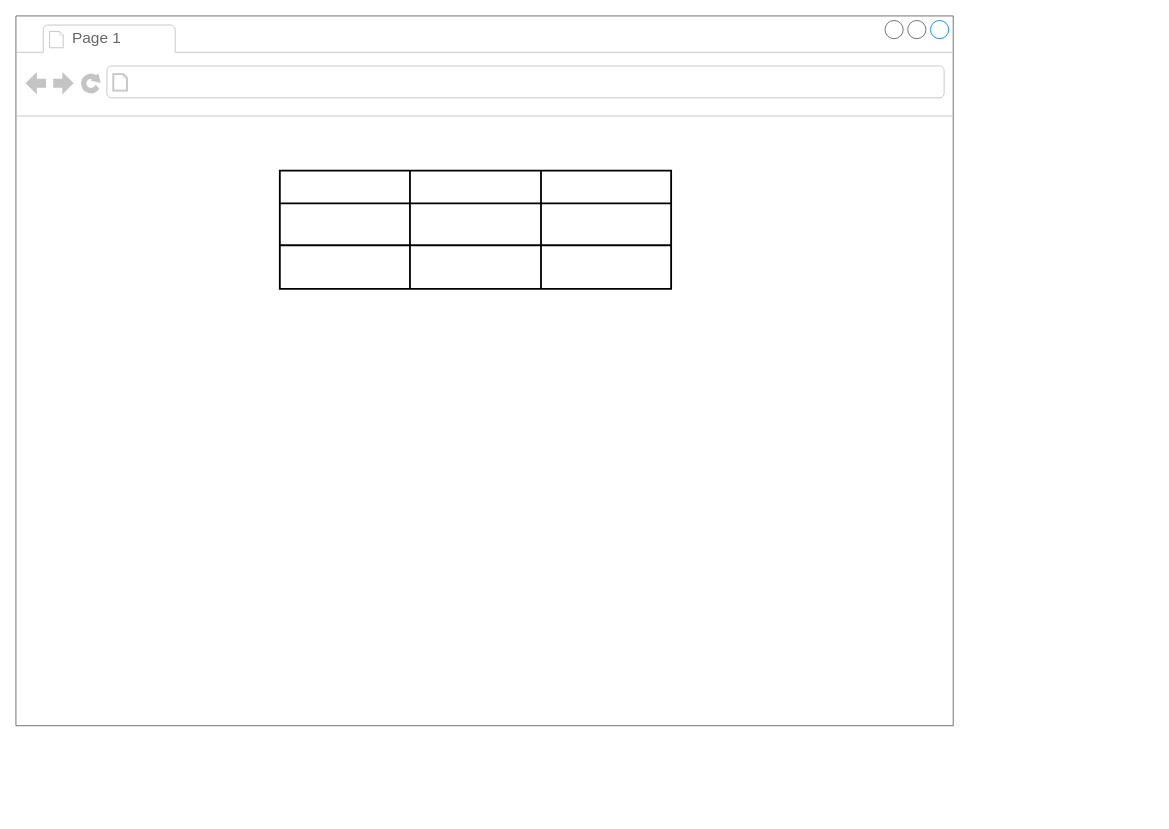
This is Диаграмма без названия.drawio from AntonKoltsov85/AntonKoltsov85, a draw.io file, before an edit. Source tidied: cells renumbered, new cells numbered last; positions are measured from the earlier drawing's top-left corner, leaving out a move shared by most shapes. Both pictures are drawn from the tidied source at 91%, with x=0, y=0 at pixel (15, 15).
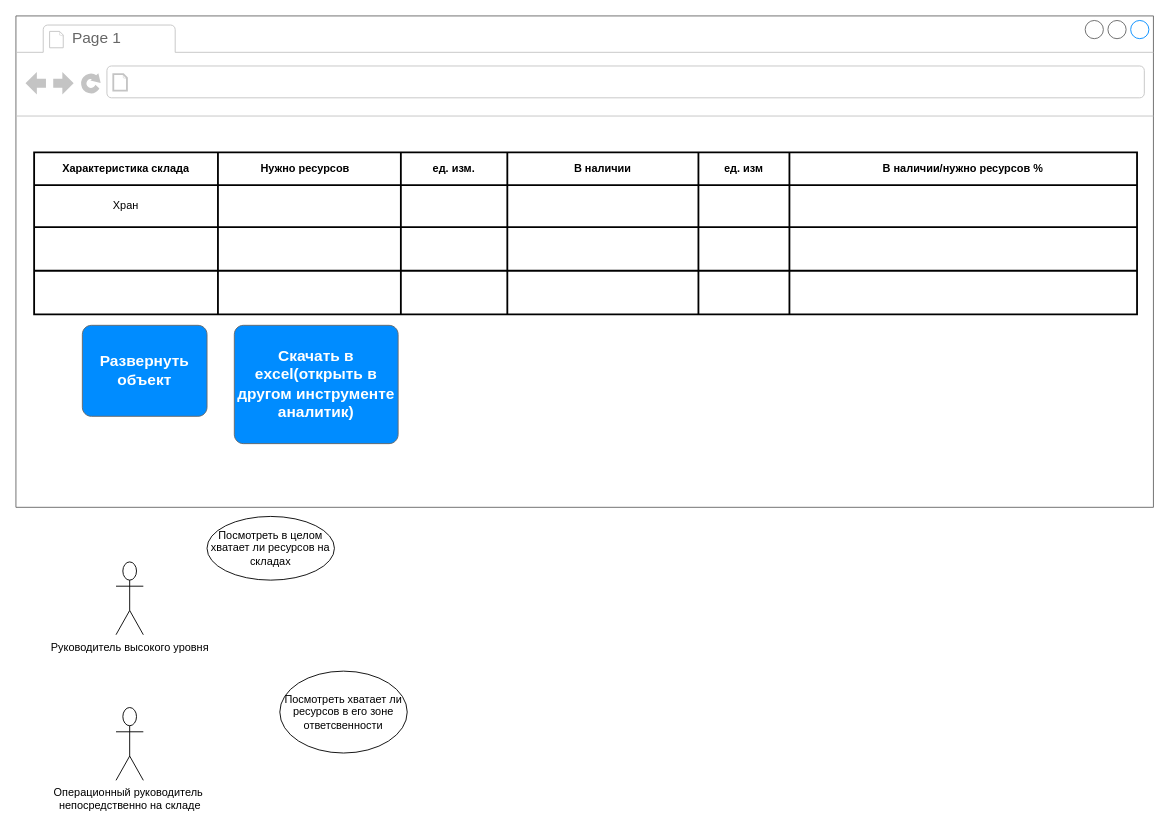
The same diagram, later.

What changed in the source:
```diff
@@
     <mxCell id="2" style="strokeWidth=1;shadow=0;dashed=0;align=center;html=1;shape=mxgraph.mockup.containers.browserWindow;rSize=0;strokeColor=#666666;strokeColor2=#008cff;strokeColor3=#c4c4c4;mainText=,;" parent="1" vertex="1">
-      <mxGeometry width="1030" height="780" as="geometry" />
+      <mxGeometry width="1250" height="540" as="geometry" />
     </mxCell>
@@
     <mxCell id="5" style="shape=table;html=1;whiteSpace=wrap;startSize=0;childLayout=tableLayout;strokeWidth=2;" parent="2" vertex="1">
-      <mxGeometry x="290" y="170" width="430" height="130" as="geometry" />
+      <mxGeometry x="20" y="150" width="1212" height="178" as="geometry" />
     </mxCell>
     <mxCell id="6" style="shape=tableRow;horizontal=0;startSize=0;swimlaneHead=0;swimlaneBody=0;top=0;left=0;bottom=0;right=0;fillColor=none;" parent="5" vertex="1">
-      <mxGeometry width="430" height="36" as="geometry" />
+      <mxGeometry width="1212" height="36" as="geometry" />
     </mxCell>
-    <mxCell id="7" style="shape=partialRectangle;html=1;whiteSpace=wrap;fillColor=none;top=0;left=0;bottom=0;right=0;overflow=hidden;fontStyle=1;" parent="6" vertex="1">
-      <mxGeometry width="143" height="36" as="geometry" />
+    <mxCell id="7" value="Характеристика склада" style="shape=partialRectangle;html=1;whiteSpace=wrap;fillColor=none;top=0;left=0;bottom=0;right=0;overflow=hidden;fontStyle=1;" parent="6" vertex="1">
+      <mxGeometry width="202" height="36" as="geometry" />
     </mxCell>
-    <mxCell id="8" style="shape=partialRectangle;html=1;whiteSpace=wrap;fillColor=none;top=0;left=0;bottom=0;right=0;overflow=hidden;fontStyle=1;" parent="6" vertex="1">
-      <mxGeometry x="143" width="144" height="36" as="geometry" />
+    <mxCell id="8" value="Нужно ресурсов&lt;span style=&quot;white-space: pre;&quot;&gt;&#9;&lt;/span&gt;" style="shape=partialRectangle;html=1;whiteSpace=wrap;fillColor=none;top=0;left=0;bottom=0;right=0;overflow=hidden;fontStyle=1;" parent="6" vertex="1">
+      <mxGeometry x="202" width="201" height="36" as="geometry" />
     </mxCell>
-    <mxCell id="9" style="shape=partialRectangle;html=1;whiteSpace=wrap;fillColor=none;top=0;left=0;bottom=0;right=0;overflow=hidden;fontStyle=1;" parent="6" vertex="1">
-      <mxGeometry x="287" width="143" height="36" as="geometry" />
+    <mxCell id="9" value="ед. изм." style="shape=partialRectangle;html=1;whiteSpace=wrap;fillColor=none;top=0;left=0;bottom=0;right=0;overflow=hidden;fontStyle=1;" parent="6" vertex="1">
+      <mxGeometry x="403" width="117" height="36" as="geometry" />
     </mxCell>
+    <mxCell id="18" value="В наличии" style="shape=partialRectangle;html=1;whiteSpace=wrap;fillColor=none;top=0;left=0;bottom=0;right=0;overflow=hidden;fontStyle=1;" parent="6" vertex="1">
+      <mxGeometry x="520" width="210" height="36" as="geometry" />
+    </mxCell>
+    <mxCell id="19" value="ед. изм" style="shape=partialRectangle;html=1;whiteSpace=wrap;fillColor=none;top=0;left=0;bottom=0;right=0;overflow=hidden;fontStyle=1;" parent="6" vertex="1">
+      <mxGeometry x="730" width="100" height="36" as="geometry" />
+    </mxCell>
+    <mxCell id="20" value="В наличии/нужно ресурсов %" style="shape=partialRectangle;html=1;whiteSpace=wrap;fillColor=none;top=0;left=0;bottom=0;right=0;overflow=hidden;fontStyle=1;" parent="6" vertex="1">
+      <mxGeometry x="830" width="382" height="36" as="geometry" />
+    </mxCell>
     <mxCell id="10" style="shape=tableRow;horizontal=0;startSize=0;swimlaneHead=0;swimlaneBody=0;top=0;left=0;bottom=0;right=0;fillColor=none;" parent="5" vertex="1">
-      <mxGeometry y="36" width="430" height="46" as="geometry" />
+      <mxGeometry y="36" width="1212" height="46" as="geometry" />
     </mxCell>
-    <mxCell id="11" style="shape=partialRectangle;html=1;whiteSpace=wrap;fillColor=none;top=0;left=0;bottom=0;right=0;overflow=hidden;" parent="10" vertex="1">
-      <mxGeometry width="143" height="46" as="geometry" />
+    <mxCell id="11" value="Хран" style="shape=partialRectangle;html=1;whiteSpace=wrap;fillColor=none;top=0;left=0;bottom=0;right=0;overflow=hidden;" parent="10" vertex="1">
+      <mxGeometry width="202" height="46" as="geometry" />
     </mxCell>
     <mxCell id="12" style="shape=partialRectangle;html=1;whiteSpace=wrap;fillColor=none;top=0;left=0;bottom=0;right=0;overflow=hidden;" parent="10" vertex="1">
-      <mxGeometry x="143" width="144" height="46" as="geometry" />
+      <mxGeometry x="202" width="201" height="46" as="geometry" />
     </mxCell>
     <mxCell id="13" style="shape=partialRectangle;html=1;whiteSpace=wrap;fillColor=none;top=0;left=0;bottom=0;right=0;overflow=hidden;" parent="10" vertex="1">
-      <mxGeometry x="287" width="143" height="46" as="geometry" />
+      <mxGeometry x="403" width="117" height="46" as="geometry" />
     </mxCell>
+    <mxCell id="21" style="shape=partialRectangle;html=1;whiteSpace=wrap;fillColor=none;top=0;left=0;bottom=0;right=0;overflow=hidden;" parent="10" vertex="1">
+      <mxGeometry x="520" width="210" height="46" as="geometry" />
+    </mxCell>
+    <mxCell id="22" style="shape=partialRectangle;html=1;whiteSpace=wrap;fillColor=none;top=0;left=0;bottom=0;right=0;overflow=hidden;" parent="10" vertex="1">
+      <mxGeometry x="730" width="100" height="46" as="geometry" />
+    </mxCell>
+    <mxCell id="23" style="shape=partialRectangle;html=1;whiteSpace=wrap;fillColor=none;top=0;left=0;bottom=0;right=0;overflow=hidden;" parent="10" vertex="1">
+      <mxGeometry x="830" width="382" height="46" as="geometry" />
+    </mxCell>
     <mxCell id="14" style="shape=tableRow;horizontal=0;startSize=0;swimlaneHead=0;swimlaneBody=0;top=0;left=0;bottom=0;right=0;fillColor=none;" parent="5" vertex="1">
-      <mxGeometry y="82" width="430" height="48" as="geometry" />
+      <mxGeometry y="82" width="1212" height="48" as="geometry" />
     </mxCell>
     <mxCell id="15" style="shape=partialRectangle;html=1;whiteSpace=wrap;fillColor=none;top=0;left=0;bottom=0;right=0;overflow=hidden;" parent="14" vertex="1">
-      <mxGeometry width="143" height="48" as="geometry" />
+      <mxGeometry width="202" height="48" as="geometry" />
     </mxCell>
     <mxCell id="16" style="shape=partialRectangle;html=1;whiteSpace=wrap;fillColor=none;top=0;left=0;bottom=0;right=0;overflow=hidden;" parent="14" vertex="1">
-      <mxGeometry x="143" width="144" height="48" as="geometry" />
+      <mxGeometry x="202" width="201" height="48" as="geometry" />
     </mxCell>
     <mxCell id="17" style="shape=partialRectangle;html=1;whiteSpace=wrap;fillColor=none;top=0;left=0;bottom=0;right=0;overflow=hidden;" parent="14" vertex="1">
-      <mxGeometry x="287" width="143" height="48" as="geometry" />
+      <mxGeometry x="403" width="117" height="48" as="geometry" />
     </mxCell>
+    <mxCell id="24" style="shape=partialRectangle;html=1;whiteSpace=wrap;fillColor=none;top=0;left=0;bottom=0;right=0;overflow=hidden;" parent="14" vertex="1">
+      <mxGeometry x="520" width="210" height="48" as="geometry" />
+    </mxCell>
+    <mxCell id="25" style="shape=partialRectangle;html=1;whiteSpace=wrap;fillColor=none;top=0;left=0;bottom=0;right=0;overflow=hidden;" parent="14" vertex="1">
+      <mxGeometry x="730" width="100" height="48" as="geometry" />
+    </mxCell>
+    <mxCell id="26" style="shape=partialRectangle;html=1;whiteSpace=wrap;fillColor=none;top=0;left=0;bottom=0;right=0;overflow=hidden;" parent="14" vertex="1">
+      <mxGeometry x="830" width="382" height="48" as="geometry" />
+    </mxCell>
+    <mxCell id="27" style="shape=tableRow;horizontal=0;startSize=0;swimlaneHead=0;swimlaneBody=0;top=0;left=0;bottom=0;right=0;fillColor=none;" parent="5" vertex="1">
+      <mxGeometry y="130" width="1212" height="48" as="geometry" />
+    </mxCell>
+    <mxCell id="28" style="shape=partialRectangle;html=1;whiteSpace=wrap;fillColor=none;top=0;left=0;bottom=0;right=0;overflow=hidden;" parent="27" vertex="1">
+      <mxGeometry width="202" height="48" as="geometry" />
+    </mxCell>
+    <mxCell id="29" style="shape=partialRectangle;html=1;whiteSpace=wrap;fillColor=none;top=0;left=0;bottom=0;right=0;overflow=hidden;" parent="27" vertex="1">
+      <mxGeometry x="202" width="201" height="48" as="geometry" />
+    </mxCell>
+    <mxCell id="30" style="shape=partialRectangle;html=1;whiteSpace=wrap;fillColor=none;top=0;left=0;bottom=0;right=0;overflow=hidden;" parent="27" vertex="1">
+      <mxGeometry x="403" width="117" height="48" as="geometry" />
+    </mxCell>
+    <mxCell id="31" style="shape=partialRectangle;html=1;whiteSpace=wrap;fillColor=none;top=0;left=0;bottom=0;right=0;overflow=hidden;" parent="27" vertex="1">
+      <mxGeometry x="520" width="210" height="48" as="geometry" />
+    </mxCell>
+    <mxCell id="32" style="shape=partialRectangle;html=1;whiteSpace=wrap;fillColor=none;top=0;left=0;bottom=0;right=0;overflow=hidden;" parent="27" vertex="1">
+      <mxGeometry x="730" width="100" height="48" as="geometry" />
+    </mxCell>
+    <mxCell id="33" style="shape=partialRectangle;html=1;whiteSpace=wrap;fillColor=none;top=0;left=0;bottom=0;right=0;overflow=hidden;" parent="27" vertex="1">
+      <mxGeometry x="830" width="382" height="48" as="geometry" />
+    </mxCell>
+    <mxCell id="34" value="Развернуть объект" style="strokeWidth=1;shadow=0;dashed=0;align=center;html=1;shape=mxgraph.mockup.buttons.button;strokeColor=#666666;fontColor=#ffffff;mainText=;buttonStyle=round;fontSize=17;fontStyle=1;fillColor=#008cff;whiteSpace=wrap;" parent="2" vertex="1">
+      <mxGeometry x="73" y="340" width="137" height="100" as="geometry" />
+    </mxCell>
+    <mxCell id="35" value="Скачать в excel(открыть в другом инструменте аналитик)" style="strokeWidth=1;shadow=0;dashed=0;align=center;html=1;shape=mxgraph.mockup.buttons.button;strokeColor=#666666;fontColor=#ffffff;mainText=;buttonStyle=round;fontSize=17;fontStyle=1;fillColor=#008cff;whiteSpace=wrap;" parent="2" vertex="1">
+      <mxGeometry x="240" y="340" width="180" height="130" as="geometry" />
+    </mxCell>
+    <mxCell id="36" value="Руководитель высокого уровня" style="shape=umlActor;verticalLabelPosition=bottom;verticalAlign=top;html=1;comic=0;" parent="1" vertex="1">
+      <mxGeometry x="110" y="600" width="30" height="80" as="geometry" />
+    </mxCell>
+    <mxCell id="37" value="Посмотреть в целом хватает ли ресурсов на складах" style="ellipse;whiteSpace=wrap;html=1;" parent="1" vertex="1">
+      <mxGeometry x="210" y="550" width="140" height="70" as="geometry" />
+    </mxCell>
+    <mxCell id="38" value="Операционный руководитель&amp;nbsp;&lt;div&gt;непосредственно на складе&lt;/div&gt;" style="shape=umlActor;verticalLabelPosition=bottom;verticalAlign=top;html=1;comic=0;" parent="1" vertex="1">
+      <mxGeometry x="110" y="760" width="30" height="80" as="geometry" />
+    </mxCell>
+    <mxCell id="39" value="Посмотреть хватает ли ресурсов в его зоне ответсвенности" style="ellipse;whiteSpace=wrap;html=1;" parent="1" vertex="1">
+      <mxGeometry x="290" y="720" width="140" height="90" as="geometry" />
+    </mxCell>
```
